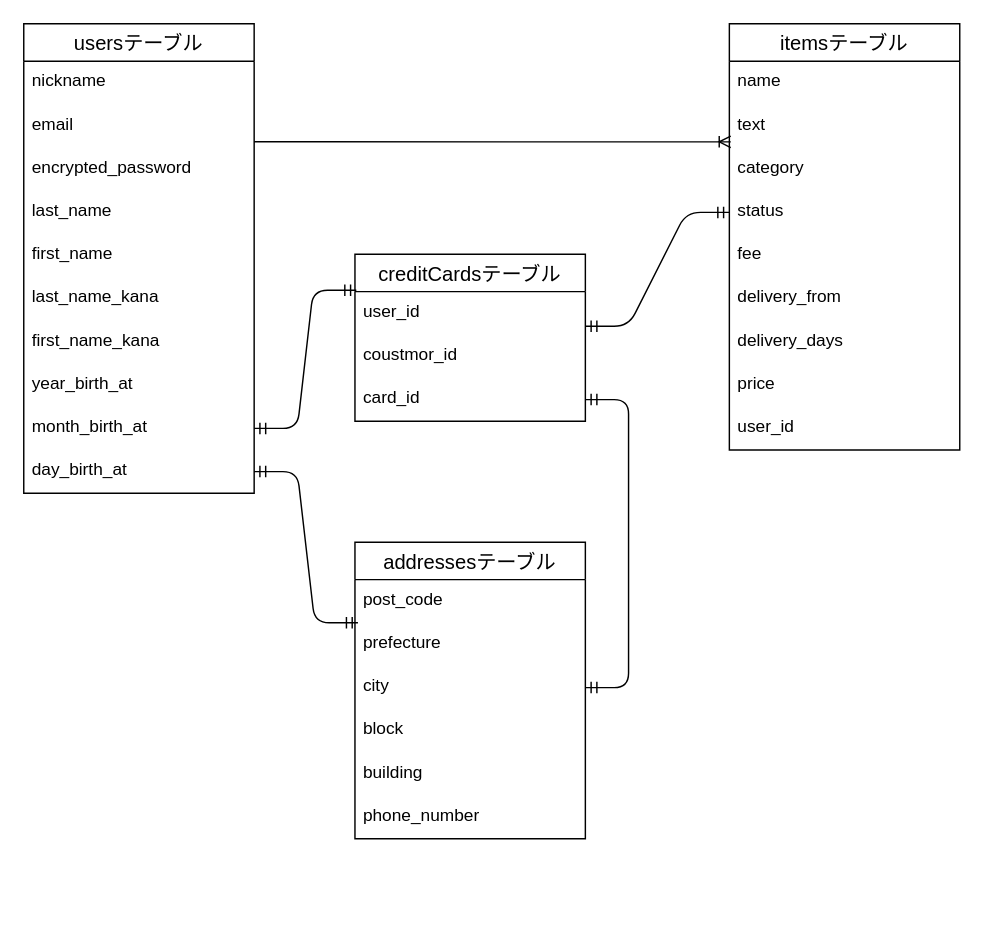
Above: furima.dio in HAYASHI65/furima-36737 (draw.io), before the change. Source tidied: cells renumbered, new cells numbered last; positions are measured from the earlier drawing's top-left corner, leaving out a move shared by most shapes. Both pictures are drawn from the tidied source at 144%, with x=0, y=0 at pixel (23, 23).
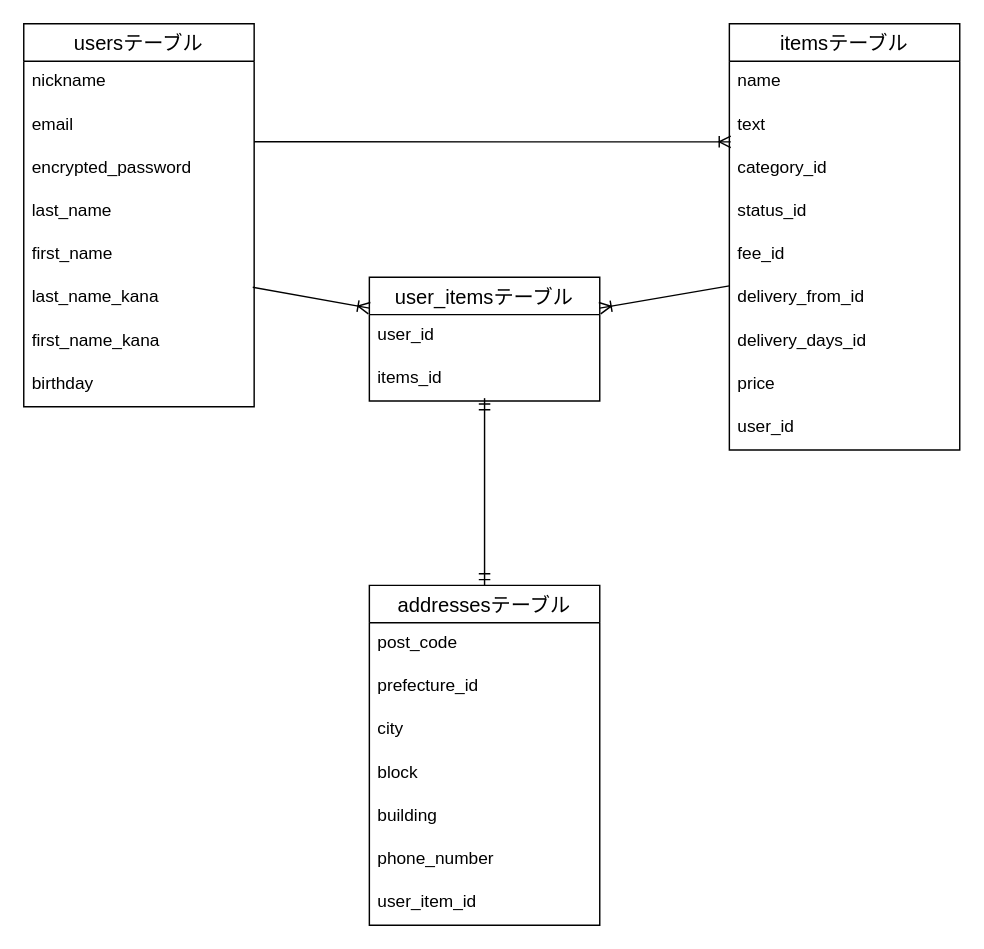
The same page after the edit.

Commit message (it also covers changes not shown here):
データベース設計(修正1回目)

Unchanged cells that the change refers to:
```xml
<mxCell id="8" value="last_name_kana" style="text;strokeColor=none;fillColor=none;spacingLeft=4;spacingRight=4;overflow=hidden;points=[[0,0.5],[1,0.5]];portConstraint=eastwest;fontSize=12;" parent="2" vertex="1">
  <mxGeometry y="176" width="160" height="30" as="geometry" />
</mxCell>
<mxCell id="13" value="itemsテーブル" style="swimlane;fontStyle=0;horizontal=1;startSize=26;align=center;fontSize=14;" parent="1" vertex="1">
  <mxGeometry x="490" width="160" height="296" as="geometry" />
</mxCell>
<mxCell id="24" value="user_id" style="text;strokeColor=none;fillColor=none;spacingLeft=4;spacingRight=4;overflow=hidden;points=[[0,0.5],[1,0.5]];portConstraint=eastwest;fontSize=12;" parent="23" vertex="1">
  <mxGeometry y="26" width="160" height="30" as="geometry" />
</mxCell>
<mxCell id="31" value="city" style="text;strokeColor=none;fillColor=none;spacingLeft=4;spacingRight=4;overflow=hidden;points=[[0,0.5],[1,0.5]];portConstraint=eastwest;fontSize=12;" parent="28" vertex="1">
  <mxGeometry y="86" width="160" height="30" as="geometry" />
</mxCell>
```

What changed in the source:
```diff
@@
     <mxCell id="2" value="usersテーブル" style="swimlane;fontStyle=0;horizontal=1;startSize=26;align=center;fontSize=14;" parent="1" vertex="1">
-      <mxGeometry width="160" height="326" as="geometry" />
+      <mxGeometry width="160" height="266" as="geometry" />
     </mxCell>
@@
-    <mxCell id="10" value="year_birth_at" style="text;strokeColor=none;fillColor=none;spacingLeft=4;spacingRight=4;overflow=hidden;fontSize=12;" parent="2" vertex="1">
+    <mxCell id="10" value="birthday" style="text;strokeColor=none;fillColor=none;spacingLeft=4;spacingRight=4;overflow=hidden;fontSize=12;" parent="2" vertex="1">
       <mxGeometry y="236" width="160" height="30" as="geometry" />
     </mxCell>
-    <mxCell id="11" value="month_birth_at" style="text;strokeColor=none;fillColor=none;spacingLeft=4;spacingRight=4;overflow=hidden;points=[[0,0.5],[1,0.5]];portConstraint=eastwest;fontSize=12;" parent="2" vertex="1">
-      <mxGeometry y="266" width="160" height="30" as="geometry" />
-    </mxCell>
-    <mxCell id="12" value="day_birth_at" style="text;strokeColor=none;fillColor=none;spacingLeft=4;spacingRight=4;overflow=hidden;points=[[0,0.5],[1,0.5]];portConstraint=eastwest;fontSize=12;" parent="2" vertex="1">
-      <mxGeometry y="296" width="160" height="30" as="geometry" />
-    </mxCell>
@@
-    <mxCell id="16" value="category" style="text;strokeColor=none;fillColor=none;spacingLeft=4;spacingRight=4;overflow=hidden;fontSize=12;" parent="13" vertex="1">
+    <mxCell id="16" value="category_id" style="text;strokeColor=none;fillColor=none;spacingLeft=4;spacingRight=4;overflow=hidden;fontSize=12;" parent="13" vertex="1">
       <mxGeometry y="86" width="160" height="30" as="geometry" />
     </mxCell>
-    <mxCell id="17" value="status" style="text;strokeColor=none;fillColor=none;spacingLeft=4;spacingRight=4;overflow=hidden;points=[[0,0.5],[1,0.5]];portConstraint=eastwest;fontSize=12;" parent="13" vertex="1">
+    <mxCell id="17" value="status_id" style="text;strokeColor=none;fillColor=none;spacingLeft=4;spacingRight=4;overflow=hidden;points=[[0,0.5],[1,0.5]];portConstraint=eastwest;fontSize=12;" parent="13" vertex="1">
       <mxGeometry y="116" width="160" height="30" as="geometry" />
     </mxCell>
-    <mxCell id="18" value="fee" style="text;strokeColor=none;fillColor=none;spacingLeft=4;spacingRight=4;overflow=hidden;fontSize=12;" parent="13" vertex="1">
+    <mxCell id="18" value="fee_id" style="text;strokeColor=none;fillColor=none;spacingLeft=4;spacingRight=4;overflow=hidden;fontSize=12;" parent="13" vertex="1">
       <mxGeometry y="146" width="160" height="30" as="geometry" />
     </mxCell>
-    <mxCell id="19" value="delivery_from" style="text;strokeColor=none;fillColor=none;spacingLeft=4;spacingRight=4;overflow=hidden;points=[[0,0.5],[1,0.5]];portConstraint=eastwest;fontSize=12;" parent="13" vertex="1">
+    <mxCell id="19" value="delivery_from_id" style="text;strokeColor=none;fillColor=none;spacingLeft=4;spacingRight=4;overflow=hidden;points=[[0,0.5],[1,0.5]];portConstraint=eastwest;fontSize=12;" parent="13" vertex="1">
       <mxGeometry y="176" width="160" height="30" as="geometry" />
     </mxCell>
-    <mxCell id="20" value="delivery_days" style="text;strokeColor=none;fillColor=none;spacingLeft=4;spacingRight=4;overflow=hidden;fontSize=12;" parent="13" vertex="1">
+    <mxCell id="20" value="delivery_days_id" style="text;strokeColor=none;fillColor=none;spacingLeft=4;spacingRight=4;overflow=hidden;fontSize=12;" parent="13" vertex="1">
       <mxGeometry y="206" width="160" height="30" as="geometry" />
     </mxCell>
@@
-    <mxCell id="23" value="creditCardsテーブル" style="swimlane;fontStyle=0;horizontal=1;startSize=26;align=center;fontSize=14;" parent="1" vertex="1">
-      <mxGeometry x="230" y="160" width="160" height="116" as="geometry" />
+    <mxCell id="23" value="user_itemsテーブル" style="swimlane;fontStyle=0;horizontal=1;startSize=26;align=center;fontSize=14;" parent="1" vertex="1">
+      <mxGeometry x="240" y="176" width="160" height="86" as="geometry" />
     </mxCell>
@@
-    <mxCell id="25" value="coustmor_id" style="text;strokeColor=none;fillColor=none;spacingLeft=4;spacingRight=4;overflow=hidden;points=[[0,0.5],[1,0.5]];portConstraint=eastwest;fontSize=12;" parent="23" vertex="1">
+    <mxCell id="25" value="items_id" style="text;strokeColor=none;fillColor=none;spacingLeft=4;spacingRight=4;overflow=hidden;points=[[0,0.5],[1,0.5]];portConstraint=eastwest;fontSize=12;" parent="23" vertex="1">
       <mxGeometry y="56" width="160" height="30" as="geometry" />
     </mxCell>
-    <mxCell id="26" value="card_id" style="text;strokeColor=none;fillColor=none;spacingLeft=4;spacingRight=4;overflow=hidden;points=[[0,0.5],[1,0.5]];portConstraint=eastwest;fontSize=12;" parent="23" vertex="1">
-      <mxGeometry y="86" width="160" height="30" as="geometry" />
-    </mxCell>
@@
     <mxCell id="28" value="addressesテーブル" style="swimlane;fontStyle=0;horizontal=1;startSize=26;align=center;fontSize=14;" parent="1" vertex="1">
-      <mxGeometry x="230" y="360" width="160" height="206" as="geometry" />
+      <mxGeometry x="240" y="390" width="160" height="236" as="geometry" />
     </mxCell>
@@
-    <mxCell id="30" value="prefecture" style="text;strokeColor=none;fillColor=none;spacingLeft=4;spacingRight=4;overflow=hidden;points=[[0,0.5],[1,0.5]];portConstraint=eastwest;fontSize=12;" parent="28" vertex="1">
+    <mxCell id="30" value="prefecture_id" style="text;strokeColor=none;fillColor=none;spacingLeft=4;spacingRight=4;overflow=hidden;points=[[0,0.5],[1,0.5]];portConstraint=eastwest;fontSize=12;" parent="28" vertex="1">
       <mxGeometry y="56" width="160" height="30" as="geometry" />
     </mxCell>
@@
+    <mxCell id="40" value="phone_number" style="text;strokeColor=none;fillColor=none;spacingLeft=4;spacingRight=4;overflow=hidden;fontSize=12;" parent="28" vertex="1">
+      <mxGeometry y="176" width="160" height="30" as="geometry" />
+    </mxCell>
-    <mxCell id="34" value="phone_number" style="text;strokeColor=none;fillColor=none;spacingLeft=4;spacingRight=4;overflow=hidden;fontSize=12;" parent="28" vertex="1">
-      <mxGeometry y="176" width="160" height="30" as="geometry" />
+    <mxCell id="34" value="user_item_id" style="text;strokeColor=none;fillColor=none;spacingLeft=4;spacingRight=4;overflow=hidden;fontSize=12;" parent="28" vertex="1">
+      <mxGeometry y="206" width="160" height="30" as="geometry" />
     </mxCell>
@@
-    <mxCell id="36" style="edgeStyle=entityRelationEdgeStyle;fontSize=12;html=1;endArrow=ERmandOne;startArrow=ERmandOne;entryX=1;entryY=0.5;entryDx=0;entryDy=0;exitX=0.006;exitY=-0.033;exitDx=0;exitDy=0;exitPerimeter=0;" parent="1" edge="1" source="24" target="11">
-      <mxGeometry relative="1" as="geometry" />
-    </mxCell>
-    <mxCell id="37" style="edgeStyle=entityRelationEdgeStyle;fontSize=12;html=1;endArrow=ERmandOne;startArrow=ERmandOne;entryX=1;entryY=0.5;entryDx=0;entryDy=0;" parent="1" edge="1" source="26" target="31">
-      <mxGeometry relative="1" as="geometry" />
+    <mxCell id="37" style="fontSize=12;html=1;endArrow=ERmandOne;startArrow=ERmandOne;entryX=0.5;entryY=0;entryDx=0;entryDy=0;" parent="1" edge="1" target="28">
+      <mxGeometry relative="1" as="geometry">
+        <mxPoint x="320" y="260" as="sourcePoint" />
+      </mxGeometry>
     </mxCell>
-    <mxCell id="38" style="edgeStyle=entityRelationEdgeStyle;fontSize=12;html=1;endArrow=ERmandOne;startArrow=ERmandOne;entryX=0;entryY=0.5;entryDx=0;entryDy=0;exitX=1;exitY=0.8;exitDx=0;exitDy=0;exitPerimeter=0;" parent="1" edge="1" source="24" target="17">
-      <mxGeometry relative="1" as="geometry" />
-    </mxCell>
-    <mxCell id="39" style="edgeStyle=entityRelationEdgeStyle;fontSize=12;html=1;endArrow=ERmandOne;startArrow=ERmandOne;exitX=0.013;exitY=0;exitDx=0;exitDy=0;exitPerimeter=0;" parent="1" edge="1" source="30" target="12">
-      <mxGeometry relative="1" as="geometry" />
-    </mxCell>
+    <mxCell id="41" style="fontSize=12;html=1;endArrow=ERoneToMany;exitX=0.994;exitY=0.233;exitDx=0;exitDy=0;exitPerimeter=0;entryX=0;entryY=0.25;entryDx=0;entryDy=0;" parent="1" edge="1" source="8" target="23">
+      <mxGeometry relative="1" as="geometry" />
+    </mxCell>
+    <mxCell id="42" style="fontSize=12;html=1;endArrow=ERoneToMany;entryX=1;entryY=0.25;entryDx=0;entryDy=0;exitX=0;exitY=0.2;exitDx=0;exitDy=0;exitPerimeter=0;" parent="1" edge="1" source="19" target="23">
+      <mxGeometry relative="1" as="geometry" />
+    </mxCell>
```
